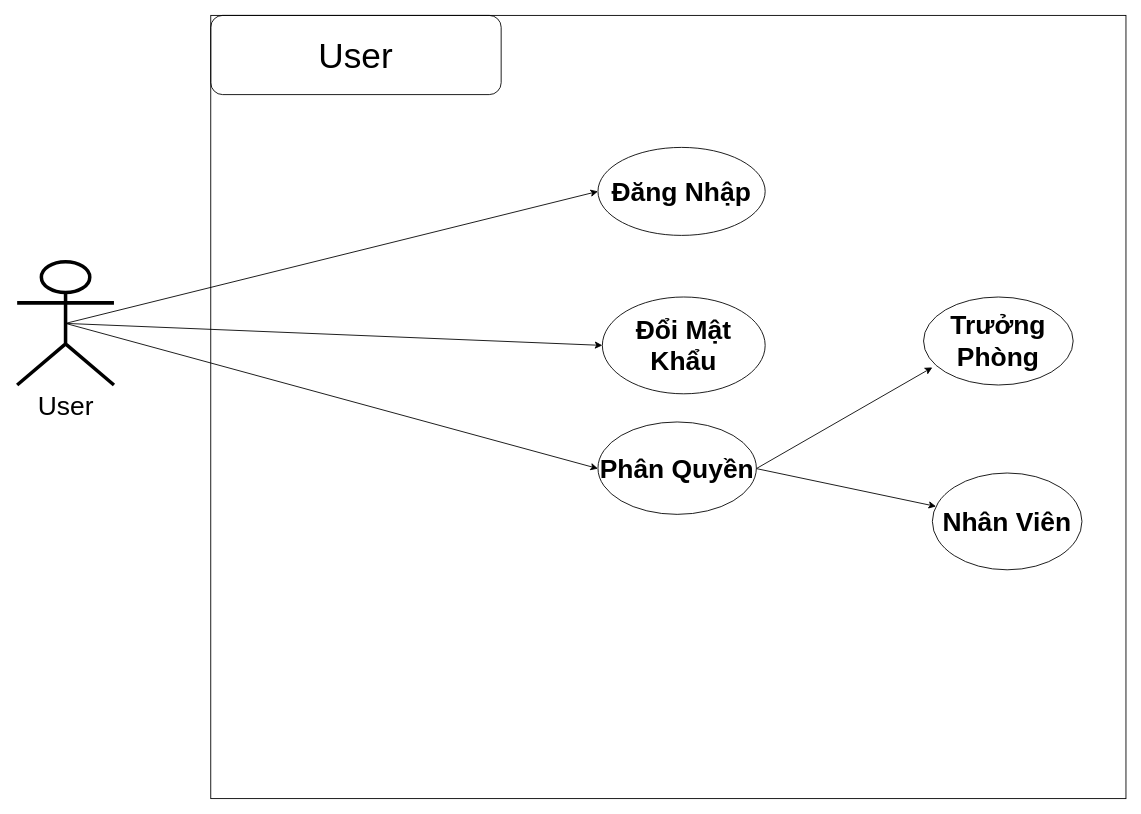
Earlier version of the draw.io diagram page "User" (3 of 4) of FarmSys/Document_nhom1/UserCase_FarmSys_Nhom1.drawio (chunn24/Duan1). Source tidied: cells renumbered, new cells numbered last; positions are measured from the earlier drawing's top-left corner, leaving out a move shared by most shapes. Both pictures are drawn from the tidied source at 88%, with x=0, y=0 at pixel (17, 15).
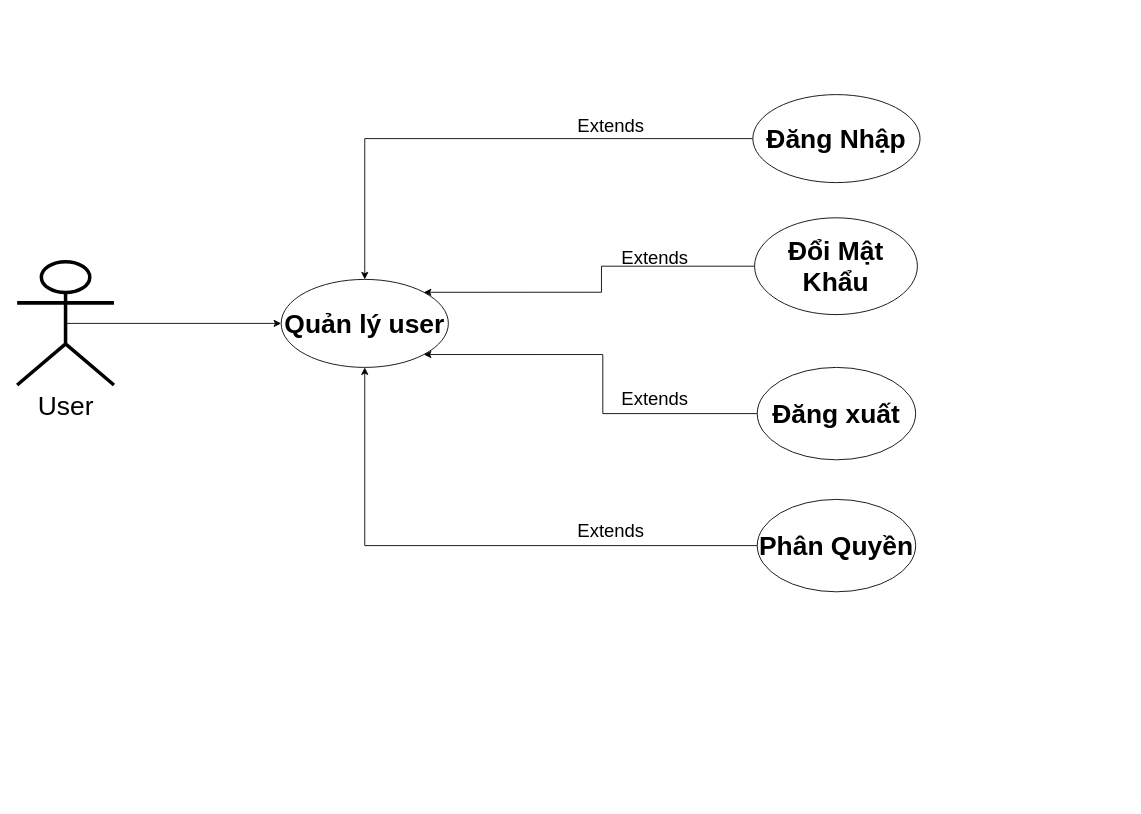
The same page after the edit.

Diff of the diagram source:
```diff
@@
 <mxGraphModel>
   <root>
     <mxCell id="0" />
     <mxCell id="1" parent="0" />
     <mxCell id="2" value="&lt;font style=&quot;font-size: 30px&quot;&gt;User&lt;/font&gt;" style="shape=umlActor;verticalLabelPosition=bottom;verticalAlign=top;html=1;outlineConnect=0;strokeWidth=4;" parent="1" vertex="1">
       <mxGeometry y="280" width="110" height="140" as="geometry" />
     </mxCell>
-    <mxCell id="3" value="Đăng Nhập" style="ellipse;whiteSpace=wrap;html=1;fontSize=30;fontStyle=1;" parent="1" vertex="1">
-      <mxGeometry x="660" y="150" width="190" height="100" as="geometry" />
+    <mxCell id="3" value="Quản lý user" style="ellipse;whiteSpace=wrap;html=1;fontSize=30;fontStyle=1;" parent="1" vertex="1">
+      <mxGeometry x="300" y="300" width="190" height="100" as="geometry" />
     </mxCell>
+    <mxCell id="15" style="edgeStyle=orthogonalEdgeStyle;rounded=0;jettySize=auto;html=1;exitX=0;exitY=0.5;exitDx=0;exitDy=0;entryX=1;entryY=0;entryDx=0;entryDy=0;" parent="1" edge="1" source="4" target="3">
+      <mxGeometry relative="1" as="geometry" />
+    </mxCell>
     <mxCell id="4" value="Đổi Mật Khẩu" style="ellipse;whiteSpace=wrap;html=1;fontSize=30;fontStyle=1;" parent="1" vertex="1">
-      <mxGeometry x="665" y="320" width="185" height="110" as="geometry" />
+      <mxGeometry x="838" y="230" width="185" height="110" as="geometry" />
     </mxCell>
     <mxCell id="5" style="endArrow=classic;html=1;rounded=0;exitX=0.5;exitY=0.5;exitDx=0;exitDy=0;exitPerimeter=0;entryX=0;entryY=0.5;entryDx=0;entryDy=0;" parent="1" edge="1" source="2" target="3">
       <mxGeometry relative="1" as="geometry" />
     </mxCell>
-    <mxCell id="6" style="endArrow=classic;html=1;rounded=0;entryX=0;entryY=0.5;entryDx=0;entryDy=0;exitX=0.5;exitY=0.5;exitDx=0;exitDy=0;exitPerimeter=0;" parent="1" edge="1" source="2" target="4">
-      <mxGeometry relative="1" as="geometry" />
-    </mxCell>
-    <mxCell id="7" style="endArrow=classic;html=1;rounded=0;exitX=0.5;exitY=0.5;exitDx=0;exitDy=0;exitPerimeter=0;entryX=0;entryY=0.5;entryDx=0;entryDy=0;" parent="1" edge="1" source="2">
-      <mxGeometry relative="1" as="geometry">
-        <mxPoint x="660" y="515" as="targetPoint" />
-      </mxGeometry>
-    </mxCell>
-    <mxCell id="8" style="endArrow=classic;html=1;rounded=0;entryX=0;entryY=0.5;entryDx=0;entryDy=0;exitX=1;exitY=0.5;exitDx=0;exitDy=0;" parent="1" edge="1">
-      <mxGeometry relative="1" as="geometry">
-        <mxPoint x="840" y="515" as="sourcePoint" />
-        <mxPoint x="1040" y="400" as="targetPoint" />
-      </mxGeometry>
-    </mxCell>
-    <mxCell id="9" style="endArrow=classic;html=1;rounded=0;exitX=1;exitY=0.5;exitDx=0;exitDy=0;" parent="1" edge="1" target="11">
-      <mxGeometry relative="1" as="geometry">
-        <mxPoint x="840" y="515" as="sourcePoint" />
-      </mxGeometry>
-    </mxCell>
-    <mxCell id="10" value="Trưởng Phòng" style="ellipse;whiteSpace=wrap;html=1;fontSize=30;fontStyle=1;" parent="1" vertex="1">
-      <mxGeometry x="1030" y="320" width="170" height="100" as="geometry" />
-    </mxCell>
-    <mxCell id="11" value="Nhân Viên" style="ellipse;whiteSpace=wrap;html=1;fontSize=30;fontStyle=1;" parent="1" vertex="1">
-      <mxGeometry x="1040" y="520" width="170" height="110" as="geometry" />
-    </mxCell>
-    <mxCell id="12" style="rounded=0;whiteSpace=wrap;html=1;fontSize=40;strokeWidth=1;fillColor=none;" parent="1" vertex="1">
-      <mxGeometry x="220" width="1040" height="890" as="geometry" />
-    </mxCell>
-    <mxCell id="13" value="User" style="rounded=1;whiteSpace=wrap;html=1;fontSize=40;strokeWidth=1;fillColor=none;" parent="1" vertex="1">
-      <mxGeometry x="220" width="330" height="90" as="geometry" />
-    </mxCell>
+    <mxCell id="16" style="edgeStyle=orthogonalEdgeStyle;rounded=0;jettySize=auto;html=1;exitX=0;exitY=0.5;exitDx=0;exitDy=0;entryX=0.5;entryY=1;entryDx=0;entryDy=0;" parent="1" edge="1" source="14" target="3">
+      <mxGeometry relative="1" as="geometry" />
+    </mxCell>
     <mxCell id="14" value="Phân Quyền" style="ellipse;whiteSpace=wrap;html=1;fontSize=30;fontStyle=1;" parent="1" vertex="1">
-      <mxGeometry x="660" y="462" width="180" height="105" as="geometry" />
+      <mxGeometry x="841" y="550" width="180" height="105" as="geometry" />
     </mxCell>
+    <mxCell id="17" style="edgeStyle=orthogonalEdgeStyle;rounded=0;jettySize=auto;html=1;exitX=0;exitY=0.5;exitDx=0;exitDy=0;entryX=0.5;entryY=0;entryDx=0;entryDy=0;" parent="1" edge="1" source="18" target="3">
+      <mxGeometry relative="1" as="geometry" />
+    </mxCell>
+    <mxCell id="18" value="Đăng Nhập" style="ellipse;whiteSpace=wrap;html=1;fontSize=30;fontStyle=1;" parent="1" vertex="1">
+      <mxGeometry x="836" y="90" width="190" height="100" as="geometry" />
+    </mxCell>
+    <mxCell id="19" style="edgeStyle=orthogonalEdgeStyle;rounded=0;jettySize=auto;html=1;exitX=0;exitY=0.5;exitDx=0;exitDy=0;entryX=1;entryY=1;entryDx=0;entryDy=0;" parent="1" edge="1" source="20" target="3">
+      <mxGeometry relative="1" as="geometry" />
+    </mxCell>
+    <mxCell id="20" value="Đăng xuất" style="ellipse;whiteSpace=wrap;html=1;fontSize=30;fontStyle=1;" parent="1" vertex="1">
+      <mxGeometry x="841" y="400" width="180" height="105" as="geometry" />
+    </mxCell>
+    <mxCell id="21" value="&lt;font style=&quot;font-size: 21px&quot;&gt;Extends&lt;/font&gt;" style="text;html=1;strokeColor=none;fillColor=none;align=center;verticalAlign=middle;whiteSpace=wrap;rounded=0;" parent="1" vertex="1">
+      <mxGeometry x="540" y="110" width="270" height="30" as="geometry" />
+    </mxCell>
+    <mxCell id="22" value="&lt;font style=&quot;font-size: 21px&quot;&gt;Extends&lt;/font&gt;" style="text;html=1;strokeColor=none;fillColor=none;align=center;verticalAlign=middle;whiteSpace=wrap;rounded=0;" parent="1" vertex="1">
+      <mxGeometry x="590" y="260" width="270" height="30" as="geometry" />
+    </mxCell>
+    <mxCell id="23" value="&lt;font style=&quot;font-size: 21px&quot;&gt;Extends&lt;/font&gt;" style="text;html=1;strokeColor=none;fillColor=none;align=center;verticalAlign=middle;whiteSpace=wrap;rounded=0;" parent="1" vertex="1">
+      <mxGeometry x="590" y="420" width="270" height="30" as="geometry" />
+    </mxCell>
+    <mxCell id="24" value="&lt;font style=&quot;font-size: 21px&quot;&gt;Extends&lt;/font&gt;" style="text;html=1;strokeColor=none;fillColor=none;align=center;verticalAlign=middle;whiteSpace=wrap;rounded=0;" parent="1" vertex="1">
+      <mxGeometry x="540" y="570" width="270" height="30" as="geometry" />
+    </mxCell>
   </root>
 </mxGraphModel>
```
